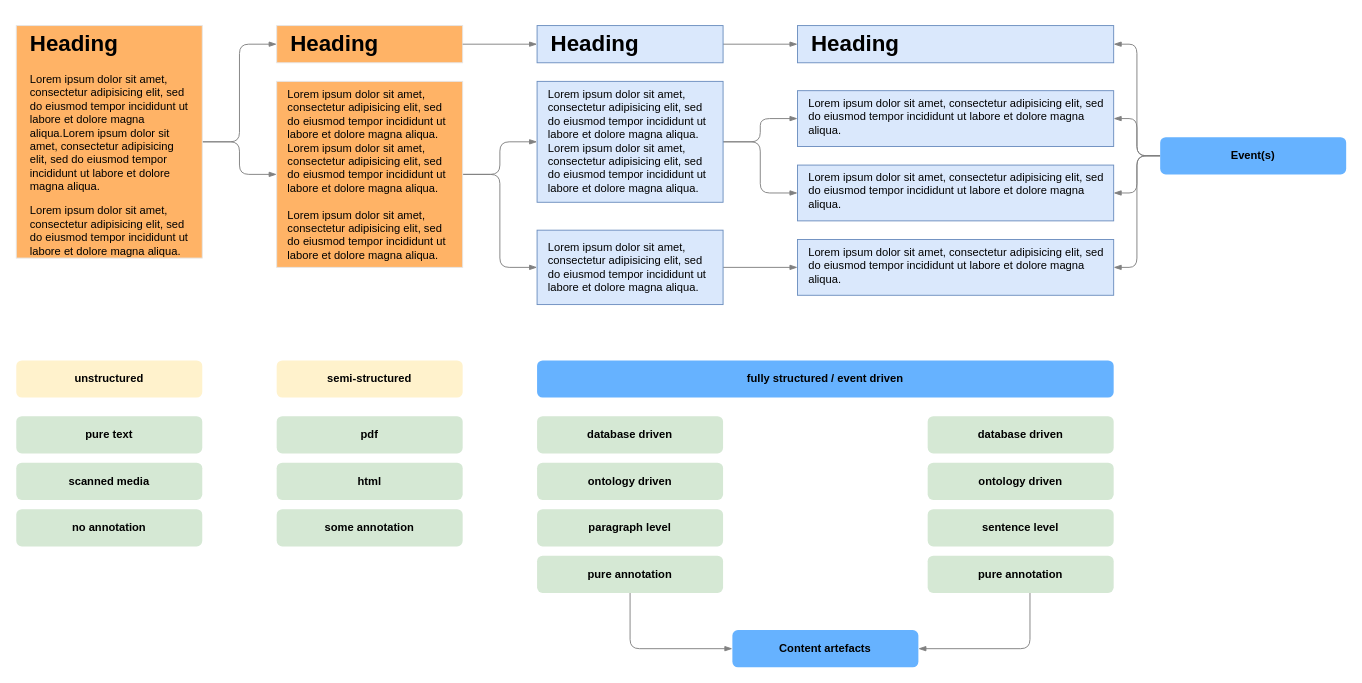
This is images/draw.io/xml/modular_news_2.drawio from zushicat/notes-on-modular-news, a draw.io file, before an edit. Source tidied: cells renumbered, new cells numbered last; positions are measured from the earlier drawing's top-left corner, leaving out a move shared by most shapes. Both pictures are drawn from the tidied source at 93%, with x=0, y=0 at pixel (16, 25).
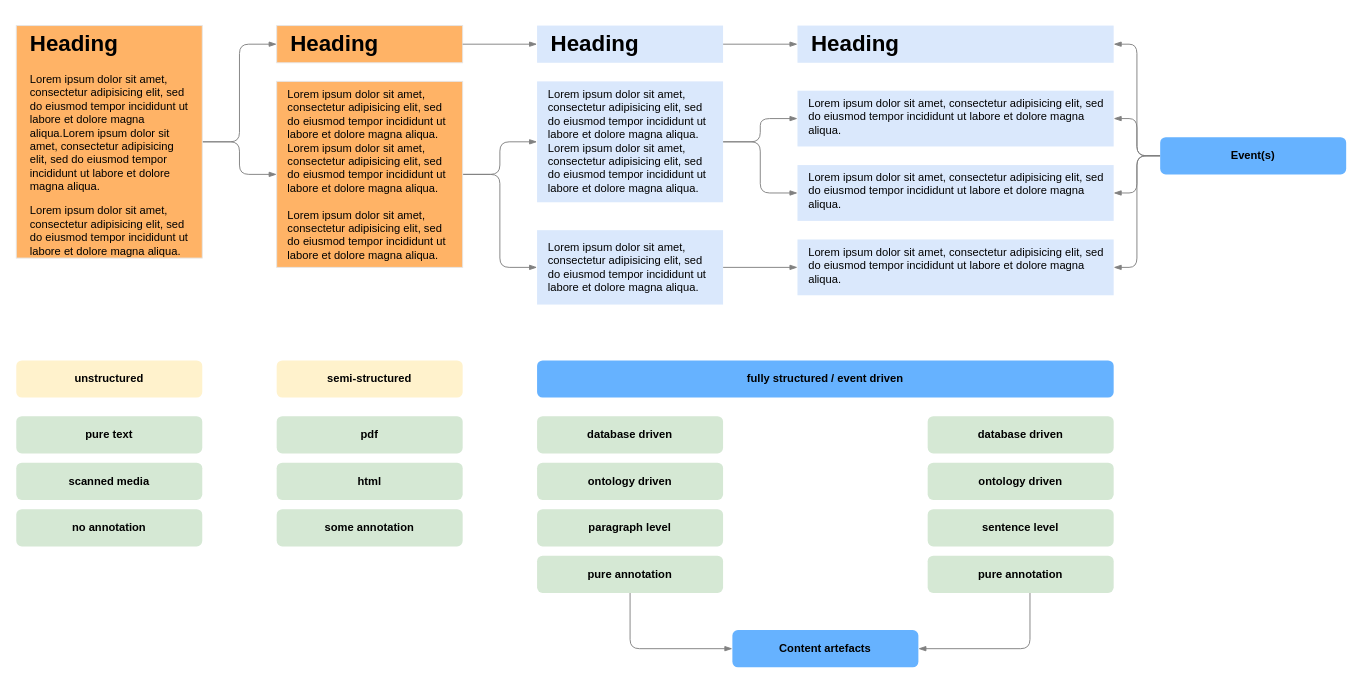
The same page after the edit.

The edit, as a diff of the source:
```diff
@@
-    <mxCell id="4" style="rounded=0;whiteSpace=wrap;html=1;strokeColor=#6c8ebf;fillColor=#dae8fc;" parent="1" vertex="1">
+    <mxCell id="4" style="rounded=0;whiteSpace=wrap;html=1;fillColor=#dae8fc;strokeColor=none;shadow=0;" parent="1" vertex="1">
       <mxGeometry x="560" width="200" height="40" as="geometry" />
     </mxCell>
-    <mxCell id="5" style="rounded=0;whiteSpace=wrap;html=1;strokeColor=#6c8ebf;fillColor=#dae8fc;" parent="1" vertex="1">
+    <mxCell id="5" style="rounded=0;whiteSpace=wrap;html=1;fillColor=#dae8fc;strokeColor=none;shadow=0;" parent="1" vertex="1">
       <mxGeometry x="840" y="70" width="340" height="60" as="geometry" />
     </mxCell>
-    <mxCell id="6" style="rounded=0;whiteSpace=wrap;html=1;strokeColor=#6c8ebf;fillColor=#dae8fc;" parent="1" vertex="1">
+    <mxCell id="6" style="rounded=0;whiteSpace=wrap;html=1;fillColor=#dae8fc;strokeColor=none;shadow=0;" parent="1" vertex="1">
       <mxGeometry x="840" y="150" width="340" height="60" as="geometry" />
     </mxCell>
-    <mxCell id="7" style="rounded=0;whiteSpace=wrap;html=1;strokeColor=#6c8ebf;fillColor=#dae8fc;" parent="1" vertex="1">
+    <mxCell id="7" style="rounded=0;whiteSpace=wrap;html=1;fillColor=#dae8fc;strokeColor=none;shadow=0;" parent="1" vertex="1">
       <mxGeometry x="840" y="230" width="340" height="60" as="geometry" />
     </mxCell>
-    <mxCell id="8" style="rounded=0;whiteSpace=wrap;html=1;strokeColor=#6c8ebf;fillColor=#dae8fc;" parent="1" vertex="1">
+    <mxCell id="8" style="rounded=0;whiteSpace=wrap;html=1;fillColor=#dae8fc;strokeColor=none;shadow=0;" parent="1" vertex="1">
       <mxGeometry x="840" width="340" height="40" as="geometry" />
     </mxCell>
@@
-    <mxCell id="22" style="rounded=0;whiteSpace=wrap;html=1;strokeColor=#6c8ebf;fillColor=#dae8fc;" parent="1" vertex="1">
+    <mxCell id="22" style="rounded=0;whiteSpace=wrap;html=1;fillColor=#dae8fc;strokeColor=none;shadow=0;" parent="1" vertex="1">
       <mxGeometry x="560" y="60" width="200" height="130" as="geometry" />
     </mxCell>
@@
-    <mxCell id="28" style="rounded=0;whiteSpace=wrap;html=1;strokeColor=#6c8ebf;fillColor=#dae8fc;" parent="1" vertex="1">
+    <mxCell id="28" style="rounded=0;whiteSpace=wrap;html=1;fillColor=#dae8fc;strokeColor=none;shadow=0;" parent="1" vertex="1">
       <mxGeometry x="560" y="220" width="200" height="80" as="geometry" />
     </mxCell>
```
